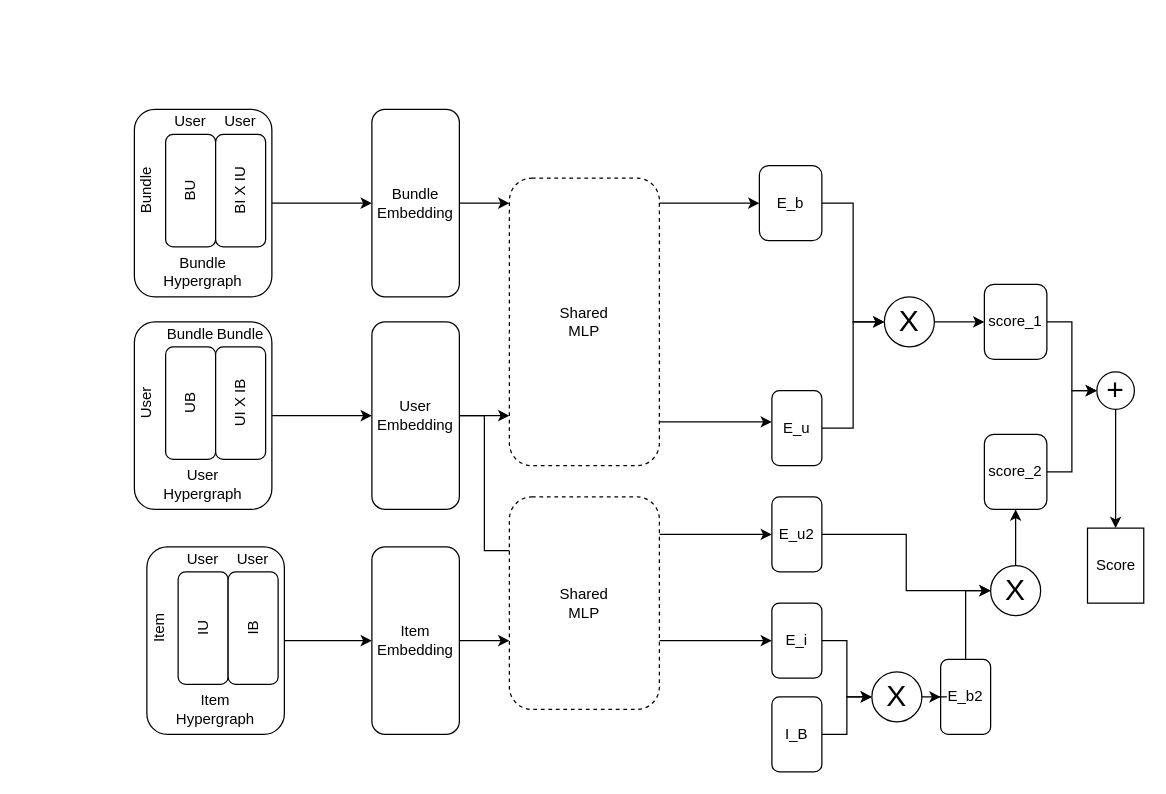
Earlier version of the draw.io diagram Untitled Diagram.drawio (storyandwine/picture). Source tidied: cells renumbered, new cells numbered last; positions are measured from the earlier drawing's top-left corner, leaving out a move shared by most shapes. Both pictures are drawn from the tidied source at 125%, with x=0, y=0 at pixel (121, 109).
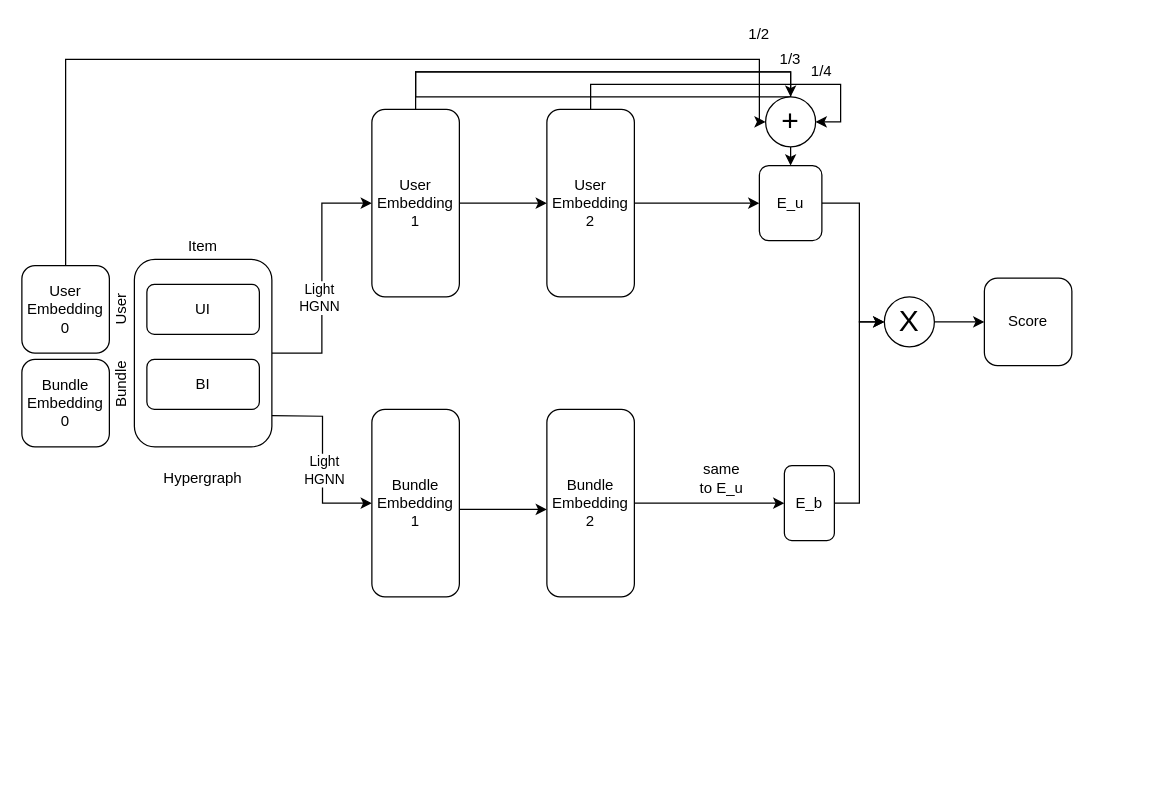
The same page after the edit.

Unchanged cells that the change refers to:
```xml
<mxCell id="2" style="edgeStyle=orthogonalEdgeStyle;rounded=0;jettySize=auto;html=1;" parent="1" edge="1" source="3" target="30">
  <mxGeometry relative="1" as="geometry" />
</mxCell>
<mxCell id="48" value="&lt;font style=&quot;font-size: 24px&quot;&gt;X&lt;/font&gt;" style="ellipse;whiteSpace=wrap;html=1;rounded=1;" parent="1" vertex="1">
  <mxGeometry x="610" y="150" width="40" height="40" as="geometry" />
</mxCell>
```

Diff of the diagram source:
```diff
@@
+    <mxCell id="64" value="Light&lt;br&gt;HGNN" style="edgeLabel;html=1;align=center;verticalAlign=middle;" parent="2" vertex="1">
+      <mxGeometry x="-0.14" y="3" relative="1" as="geometry">
+        <mxPoint y="1" as="offset" />
+      </mxGeometry>
+    </mxCell>
     <mxCell id="3" style="rounded=1;whiteSpace=wrap;html=1;" parent="1" vertex="1">
-      <mxGeometry x="10" width="110" height="150" as="geometry" />
+      <mxGeometry x="10" y="120" width="110" height="150" as="geometry" />
     </mxCell>
-    <mxCell id="4" style="edgeStyle=orthogonalEdgeStyle;rounded=0;jettySize=auto;html=1;" parent="1" edge="1" source="5" target="28">
-      <mxGeometry relative="1" as="geometry" />
+    <mxCell id="4" style="edgeStyle=orthogonalEdgeStyle;rounded=0;jettySize=auto;html=1;" parent="1" edge="1" target="28">
+      <mxGeometry relative="1" as="geometry">
+        <mxPoint x="120" y="245" as="sourcePoint" />
+      </mxGeometry>
     </mxCell>
-    <mxCell id="5" style="rounded=1;whiteSpace=wrap;html=1;" parent="1" vertex="1">
-      <mxGeometry x="10" y="170" width="110" height="150" as="geometry" />
-    </mxCell>
-    <mxCell id="6" value="UB" style="rounded=1;whiteSpace=wrap;html=1;rotation=-90;" parent="1" vertex="1">
-      <mxGeometry x="10" y="215" width="90" height="40" as="geometry" />
-    </mxCell>
-    <mxCell id="7" value="User" style="text;html=1;strokeColor=none;fillColor=none;align=center;verticalAlign=middle;whiteSpace=wrap;rounded=0;rotation=-90;" parent="1" vertex="1">
-      <mxGeometry y="225" width="40" height="20" as="geometry" />
-    </mxCell>
-    <mxCell id="8" value="Bundle" style="text;html=1;strokeColor=none;fillColor=none;align=center;verticalAlign=middle;whiteSpace=wrap;rounded=0;" parent="1" vertex="1">
-      <mxGeometry x="35" y="170" width="40" height="20" as="geometry" />
-    </mxCell>
-    <mxCell id="9" value="UI X IB" style="rounded=1;whiteSpace=wrap;html=1;rotation=-90;" parent="1" vertex="1">
-      <mxGeometry x="50" y="215" width="90" height="40" as="geometry" />
-    </mxCell>
-    <mxCell id="10" value="Bundle" style="text;html=1;strokeColor=none;fillColor=none;align=center;verticalAlign=middle;whiteSpace=wrap;rounded=0;" parent="1" vertex="1">
-      <mxGeometry x="75" y="170" width="40" height="20" as="geometry" />
-    </mxCell>
+    <mxCell id="65" value="Light&lt;br&gt;HGNN" style="edgeLabel;html=1;align=center;verticalAlign=middle;" parent="4" vertex="1">
+      <mxGeometry x="0.13" y="1" relative="1" as="geometry" />
+    </mxCell>
-    <mxCell id="11" value="BU" style="rounded=1;whiteSpace=wrap;html=1;rotation=-90;" parent="1" vertex="1">
-      <mxGeometry x="10" y="45" width="90" height="40" as="geometry" />
+    <mxCell id="11" value="UI" style="rounded=1;whiteSpace=wrap;html=1;rotation=0;" parent="1" vertex="1">
+      <mxGeometry x="20" y="140" width="90" height="40" as="geometry" />
     </mxCell>
     <mxCell id="12" value="Bundle" style="text;html=1;strokeColor=none;fillColor=none;align=center;verticalAlign=middle;whiteSpace=wrap;rounded=0;rotation=-90;" parent="1" vertex="1">
-      <mxGeometry y="55" width="40" height="20" as="geometry" />
+      <mxGeometry x="-20" y="210" width="40" height="20" as="geometry" />
     </mxCell>
-    <mxCell id="13" value="User" style="text;html=1;strokeColor=none;fillColor=none;align=center;verticalAlign=middle;whiteSpace=wrap;rounded=0;" parent="1" vertex="1">
-      <mxGeometry x="35" width="40" height="20" as="geometry" />
+    <mxCell id="13" value="Item" style="text;html=1;strokeColor=none;fillColor=none;align=center;verticalAlign=middle;whiteSpace=wrap;rounded=0;" parent="1" vertex="1">
+      <mxGeometry x="45" y="100" width="40" height="20" as="geometry" />
     </mxCell>
-    <mxCell id="14" value="BI X IU" style="rounded=1;whiteSpace=wrap;html=1;rotation=-90;" parent="1" vertex="1">
-      <mxGeometry x="50" y="45" width="90" height="40" as="geometry" />
+    <mxCell id="14" value="BI" style="rounded=1;whiteSpace=wrap;html=1;rotation=0;" parent="1" vertex="1">
+      <mxGeometry x="20" y="200" width="90" height="40" as="geometry" />
     </mxCell>
-    <mxCell id="15" value="User" style="text;html=1;strokeColor=none;fillColor=none;align=center;verticalAlign=middle;whiteSpace=wrap;rounded=0;" parent="1" vertex="1">
-      <mxGeometry x="75" width="40" height="20" as="geometry" />
-    </mxCell>
-    <mxCell id="16" value="User Hypergraph" style="text;html=1;strokeColor=none;fillColor=none;align=center;verticalAlign=middle;whiteSpace=wrap;rounded=0;" parent="1" vertex="1">
-      <mxGeometry x="45" y="290" width="40" height="20" as="geometry" />
-    </mxCell>
-    <mxCell id="17" value="Bundle Hypergraph" style="text;html=1;strokeColor=none;fillColor=none;align=center;verticalAlign=middle;whiteSpace=wrap;rounded=0;" parent="1" vertex="1">
-      <mxGeometry x="45" y="120" width="40" height="20" as="geometry" />
+    <mxCell id="17" value="Hypergraph" style="text;html=1;strokeColor=none;fillColor=none;align=center;verticalAlign=middle;whiteSpace=wrap;rounded=0;" parent="1" vertex="1">
+      <mxGeometry x="45" y="285" width="40" height="20" as="geometry" />
     </mxCell>
-    <mxCell id="18" style="edgeStyle=orthogonalEdgeStyle;rounded=0;jettySize=auto;html=1;" parent="1" edge="1" source="19" target="32">
-      <mxGeometry relative="1" as="geometry" />
-    </mxCell>
-    <mxCell id="19" style="rounded=1;whiteSpace=wrap;html=1;" parent="1" vertex="1">
-      <mxGeometry x="20" y="350" width="110" height="150" as="geometry" />
-    </mxCell>
-    <mxCell id="20" value="IU" style="rounded=1;whiteSpace=wrap;html=1;rotation=-90;" parent="1" vertex="1">
-      <mxGeometry x="20" y="395" width="90" height="40" as="geometry" />
-    </mxCell>
-    <mxCell id="21" value="Item" style="text;html=1;strokeColor=none;fillColor=none;align=center;verticalAlign=middle;whiteSpace=wrap;rounded=0;rotation=-90;" parent="1" vertex="1">
-      <mxGeometry x="10" y="405" width="40" height="20" as="geometry" />
-    </mxCell>
-    <mxCell id="22" value="User" style="text;html=1;strokeColor=none;fillColor=none;align=center;verticalAlign=middle;whiteSpace=wrap;rounded=0;" parent="1" vertex="1">
-      <mxGeometry x="45" y="350" width="40" height="20" as="geometry" />
-    </mxCell>
-    <mxCell id="23" value="IB" style="rounded=1;whiteSpace=wrap;html=1;rotation=-90;" parent="1" vertex="1">
-      <mxGeometry x="60" y="395" width="90" height="40" as="geometry" />
-    </mxCell>
-    <mxCell id="24" value="User" style="text;html=1;strokeColor=none;fillColor=none;align=center;verticalAlign=middle;whiteSpace=wrap;rounded=0;" parent="1" vertex="1">
-      <mxGeometry x="85" y="350" width="40" height="20" as="geometry" />
-    </mxCell>
-    <mxCell id="25" value="Item&lt;br&gt;Hypergraph" style="text;html=1;strokeColor=none;fillColor=none;align=center;verticalAlign=middle;whiteSpace=wrap;rounded=0;" parent="1" vertex="1">
-      <mxGeometry x="55" y="470" width="40" height="20" as="geometry" />
-    </mxCell>
-    <mxCell id="26" style="edgeStyle=orthogonalEdgeStyle;rounded=0;jettySize=auto;html=1;" parent="1" edge="1" source="28" target="35">
+    <mxCell id="26" style="edgeStyle=orthogonalEdgeStyle;rounded=0;jettySize=auto;html=1;" parent="1" edge="1" source="28">
       <mxGeometry relative="1" as="geometry">
+        <mxPoint x="340" y="320" as="targetPoint" />
         <Array as="points">
-          <mxPoint x="300" y="245" />
-          <mxPoint x="300" y="245" />
+          <mxPoint x="310" y="320" />
         </Array>
       </mxGeometry>
     </mxCell>
-    <mxCell id="27" style="edgeStyle=orthogonalEdgeStyle;rounded=0;jettySize=auto;html=1;entryX=0;entryY=0.25;entryDx=0;entryDy=0;" parent="1" edge="1" source="28" target="42">
-      <mxGeometry relative="1" as="geometry">
-        <Array as="points">
-          <mxPoint x="290" y="245" />
-          <mxPoint x="290" y="353" />
-          <mxPoint x="340" y="353" />
-        </Array>
-      </mxGeometry>
-    </mxCell>
-    <mxCell id="28" value="User&lt;br&gt;Embedding" style="rounded=1;whiteSpace=wrap;html=1;" parent="1" vertex="1">
-      <mxGeometry x="200" y="170" width="70" height="150" as="geometry" />
+    <mxCell id="28" value="Bundle&lt;br&gt;Embedding&lt;br&gt;1" style="rounded=1;whiteSpace=wrap;html=1;" parent="1" vertex="1">
+      <mxGeometry x="200" y="240" width="70" height="150" as="geometry" />
     </mxCell>
-    <mxCell id="29" style="edgeStyle=orthogonalEdgeStyle;rounded=0;jettySize=auto;html=1;" parent="1" edge="1" source="30" target="35">
+    <mxCell id="29" style="edgeStyle=orthogonalEdgeStyle;rounded=0;jettySize=auto;html=1;" parent="1" edge="1" source="30">
       <mxGeometry relative="1" as="geometry">
+        <mxPoint x="340" y="75" as="targetPoint" />
         <Array as="points">
           <mxPoint x="310" y="75" />
           <mxPoint x="310" y="75" />
         </Array>
       </mxGeometry>
     </mxCell>
+    <mxCell id="66" style="edgeStyle=orthogonalEdgeStyle;rounded=0;jettySize=auto;html=1;exitX=0.5;exitY=0;exitDx=0;exitDy=0;entryX=0.5;entryY=0;entryDx=0;entryDy=0;" parent="1" edge="1" source="62" target="37">
+      <mxGeometry relative="1" as="geometry">
+        <Array as="points">
+          <mxPoint x="235" y="-30" />
+          <mxPoint x="535" y="-30" />
+        </Array>
+      </mxGeometry>
+    </mxCell>
-    <mxCell id="30" value="Bundle&lt;br&gt;Embedding" style="rounded=1;whiteSpace=wrap;html=1;" parent="1" vertex="1">
+    <mxCell id="30" value="&lt;span&gt;User&lt;/span&gt;&lt;br&gt;&lt;span&gt;Embedding&lt;br&gt;1&lt;br&gt;&lt;/span&gt;" style="rounded=1;whiteSpace=wrap;html=1;" parent="1" vertex="1">
       <mxGeometry x="200" width="70" height="150" as="geometry" />
     </mxCell>
-    <mxCell id="31" style="edgeStyle=orthogonalEdgeStyle;rounded=0;jettySize=auto;html=1;" parent="1" edge="1" source="32" target="42">
-      <mxGeometry relative="1" as="geometry">
-        <Array as="points">
-          <mxPoint x="300" y="425" />
-          <mxPoint x="300" y="425" />
-        </Array>
-      </mxGeometry>
-    </mxCell>
-    <mxCell id="32" value="Item&lt;br&gt;Embedding" style="rounded=1;whiteSpace=wrap;html=1;" parent="1" vertex="1">
-      <mxGeometry x="200" y="350" width="70" height="150" as="geometry" />
-    </mxCell>
-    <mxCell id="33" style="edgeStyle=orthogonalEdgeStyle;rounded=0;jettySize=auto;html=1;" parent="1" edge="1" source="35" target="37">
-      <mxGeometry relative="1" as="geometry">
-        <Array as="points">
-          <mxPoint x="460" y="75" />
-          <mxPoint x="460" y="75" />
-        </Array>
-      </mxGeometry>
-    </mxCell>
-    <mxCell id="34" style="edgeStyle=orthogonalEdgeStyle;rounded=0;jettySize=auto;html=1;" parent="1" edge="1" source="35" target="39">
-      <mxGeometry relative="1" as="geometry">
-        <Array as="points">
-          <mxPoint x="470" y="250" />
-          <mxPoint x="470" y="250" />
-        </Array>
-      </mxGeometry>
-    </mxCell>
-    <mxCell id="35" value="Shared&lt;br&gt;MLP" style="rounded=1;whiteSpace=wrap;html=1;dashed=1;" parent="1" vertex="1">
-      <mxGeometry x="310" y="55" width="120" height="230" as="geometry" />
-    </mxCell>
     <mxCell id="36" style="edgeStyle=orthogonalEdgeStyle;rounded=0;jettySize=auto;html=1;entryX=0;entryY=0.5;entryDx=0;entryDy=0;" parent="1" edge="1" source="37" target="48">
-      <mxGeometry relative="1" as="geometry" />
+      <mxGeometry relative="1" as="geometry">
+        <Array as="points">
+          <mxPoint x="590" y="75" />
+          <mxPoint x="590" y="170" />
+        </Array>
+      </mxGeometry>
     </mxCell>
-    <mxCell id="37" value="E_b" style="whiteSpace=wrap;html=1;rounded=1;" parent="1" vertex="1">
+    <mxCell id="37" value="E_u" style="whiteSpace=wrap;html=1;rounded=1;" parent="1" vertex="1">
       <mxGeometry x="510" y="45" width="50" height="60" as="geometry" />
     </mxCell>
     <mxCell id="38" style="edgeStyle=orthogonalEdgeStyle;rounded=0;jettySize=auto;html=1;exitX=1;exitY=0.5;exitDx=0;exitDy=0;entryX=0;entryY=0.5;entryDx=0;entryDy=0;" parent="1" edge="1" source="39" target="48">
-      <mxGeometry relative="1" as="geometry" />
+      <mxGeometry relative="1" as="geometry">
+        <Array as="points">
+          <mxPoint x="590" y="315" />
+          <mxPoint x="590" y="170" />
+        </Array>
+      </mxGeometry>
     </mxCell>
-    <mxCell id="39" value="E_u" style="whiteSpace=wrap;html=1;rounded=1;" parent="1" vertex="1">
-      <mxGeometry x="520" y="225" width="40" height="60" as="geometry" />
+    <mxCell id="39" value="E_b" style="whiteSpace=wrap;html=1;rounded=1;" parent="1" vertex="1">
+      <mxGeometry x="530" y="285" width="40" height="60" as="geometry" />
     </mxCell>
-    <mxCell id="40" style="edgeStyle=orthogonalEdgeStyle;rounded=0;jettySize=auto;html=1;" parent="1" edge="1" source="42" target="44">
-      <mxGeometry relative="1" as="geometry">
-        <Array as="points">
-          <mxPoint x="470" y="425" />
-          <mxPoint x="470" y="425" />
-        </Array>
-      </mxGeometry>
-    </mxCell>
-    <mxCell id="41" style="edgeStyle=orthogonalEdgeStyle;rounded=0;jettySize=auto;html=1;" parent="1" edge="1" source="42">
-      <mxGeometry relative="1" as="geometry">
-        <mxPoint x="520" y="340" as="targetPoint" />
-        <Array as="points">
-          <mxPoint x="460" y="340" />
-          <mxPoint x="460" y="340" />
-        </Array>
-      </mxGeometry>
-    </mxCell>
-    <mxCell id="42" value="Shared&lt;br&gt;MLP" style="rounded=1;whiteSpace=wrap;html=1;dashed=1;" parent="1" vertex="1">
-      <mxGeometry x="310" y="310" width="120" height="170" as="geometry" />
-    </mxCell>
-    <mxCell id="43" style="edgeStyle=orthogonalEdgeStyle;rounded=0;jettySize=auto;html=1;entryX=0;entryY=0.5;entryDx=0;entryDy=0;" parent="1" edge="1" source="44" target="56">
-      <mxGeometry relative="1" as="geometry" />
-    </mxCell>
-    <mxCell id="44" value="E_i" style="whiteSpace=wrap;html=1;rounded=1;" parent="1" vertex="1">
-      <mxGeometry x="520" y="395" width="40" height="60" as="geometry" />
-    </mxCell>
-    <mxCell id="45" style="edgeStyle=orthogonalEdgeStyle;rounded=0;jettySize=auto;html=1;exitX=1;exitY=0.5;exitDx=0;exitDy=0;entryX=0;entryY=0.5;entryDx=0;entryDy=0;" parent="1" edge="1" source="46" target="58">
-      <mxGeometry relative="1" as="geometry" />
-    </mxCell>
-    <mxCell id="46" value="E_u2" style="whiteSpace=wrap;html=1;rounded=1;" parent="1" vertex="1">
-      <mxGeometry x="520" y="310" width="40" height="60" as="geometry" />
-    </mxCell>
@@
-    <mxCell id="49" style="edgeStyle=orthogonalEdgeStyle;rounded=0;jettySize=auto;html=1;exitX=1;exitY=0.5;exitDx=0;exitDy=0;entryX=0;entryY=0.5;entryDx=0;entryDy=0;" parent="1" edge="1" source="50" target="62">
-      <mxGeometry relative="1" as="geometry" />
-    </mxCell>
-    <mxCell id="50" value="score_1" style="rounded=1;whiteSpace=wrap;html=1;" parent="1" vertex="1">
-      <mxGeometry x="690" y="140" width="50" height="60" as="geometry" />
-    </mxCell>
-    <mxCell id="51" style="edgeStyle=orthogonalEdgeStyle;rounded=0;jettySize=auto;html=1;exitX=0.5;exitY=0;exitDx=0;exitDy=0;entryX=0;entryY=0.5;entryDx=0;entryDy=0;" parent="1" edge="1" source="52" target="58">
-      <mxGeometry relative="1" as="geometry" />
-    </mxCell>
-    <mxCell id="52" value="E_b2" style="whiteSpace=wrap;html=1;rounded=1;" parent="1" vertex="1">
-      <mxGeometry x="655" y="440" width="40" height="60" as="geometry" />
-    </mxCell>
-    <mxCell id="53" style="edgeStyle=orthogonalEdgeStyle;rounded=0;jettySize=auto;html=1;" parent="1" edge="1" source="54" target="56">
-      <mxGeometry relative="1" as="geometry" />
-    </mxCell>
-    <mxCell id="54" value="I_B" style="whiteSpace=wrap;html=1;rounded=1;" parent="1" vertex="1">
-      <mxGeometry x="520" y="470" width="40" height="60" as="geometry" />
-    </mxCell>
-    <mxCell id="55" style="edgeStyle=orthogonalEdgeStyle;rounded=0;jettySize=auto;html=1;" parent="1" edge="1" source="56" target="52">
-      <mxGeometry relative="1" as="geometry" />
-    </mxCell>
-    <mxCell id="56" value="&lt;font style=&quot;font-size: 24px&quot;&gt;X&lt;/font&gt;" style="ellipse;whiteSpace=wrap;html=1;rounded=1;" parent="1" vertex="1">
-      <mxGeometry x="600" y="450" width="40" height="40" as="geometry" />
-    </mxCell>
-    <mxCell id="57" style="edgeStyle=orthogonalEdgeStyle;rounded=0;jettySize=auto;html=1;exitX=0.5;exitY=0;exitDx=0;exitDy=0;" parent="1" edge="1" source="58" target="60">
-      <mxGeometry relative="1" as="geometry" />
-    </mxCell>
-    <mxCell id="58" value="&lt;font style=&quot;font-size: 24px&quot;&gt;X&lt;/font&gt;" style="ellipse;whiteSpace=wrap;html=1;rounded=1;" parent="1" vertex="1">
-      <mxGeometry x="695" y="365" width="40" height="40" as="geometry" />
-    </mxCell>
-    <mxCell id="59" style="edgeStyle=orthogonalEdgeStyle;rounded=0;jettySize=auto;html=1;exitX=1;exitY=0.5;exitDx=0;exitDy=0;entryX=0;entryY=0.5;entryDx=0;entryDy=0;" parent="1" edge="1" source="60" target="62">
-      <mxGeometry relative="1" as="geometry" />
-    </mxCell>
-    <mxCell id="60" value="score_2" style="whiteSpace=wrap;html=1;rounded=1;" parent="1" vertex="1">
-      <mxGeometry x="690" y="260" width="50" height="60" as="geometry" />
-    </mxCell>
-    <mxCell id="61" style="edgeStyle=orthogonalEdgeStyle;rounded=0;jettySize=auto;html=1;" parent="1" edge="1" source="62" target="63">
-      <mxGeometry relative="1" as="geometry" />
-    </mxCell>
+    <mxCell id="7" value="User" style="text;html=1;strokeColor=none;fillColor=none;align=center;verticalAlign=middle;whiteSpace=wrap;rounded=0;rotation=-90;" parent="1" vertex="1">
+      <mxGeometry x="-20" y="150" width="40" height="20" as="geometry" />
+    </mxCell>
+    <mxCell id="67" style="edgeStyle=orthogonalEdgeStyle;rounded=0;jettySize=auto;html=1;entryX=0;entryY=0.5;entryDx=0;entryDy=0;" parent="1" edge="1" source="69" target="37">
+      <mxGeometry relative="1" as="geometry" />
+    </mxCell>
+    <mxCell id="68" style="edgeStyle=orthogonalEdgeStyle;rounded=0;jettySize=auto;html=1;exitX=0.5;exitY=0;exitDx=0;exitDy=0;entryX=1;entryY=0.5;entryDx=0;entryDy=0;" parent="1" edge="1" source="69" target="62">
+      <mxGeometry relative="1" as="geometry">
+        <Array as="points">
+          <mxPoint x="375" y="-20" />
+          <mxPoint x="575" y="-20" />
+          <mxPoint x="575" y="10" />
+        </Array>
+      </mxGeometry>
+    </mxCell>
+    <mxCell id="69" value="&lt;span&gt;User&lt;/span&gt;&lt;br&gt;&lt;span&gt;Embedding&lt;br&gt;2&lt;br&gt;&lt;/span&gt;" style="rounded=1;whiteSpace=wrap;html=1;" parent="1" vertex="1">
+      <mxGeometry x="340" width="70" height="150" as="geometry" />
+    </mxCell>
+    <mxCell id="70" style="edgeStyle=orthogonalEdgeStyle;rounded=0;jettySize=auto;html=1;entryX=0;entryY=0.5;entryDx=0;entryDy=0;" parent="1" edge="1" source="71" target="39">
+      <mxGeometry relative="1" as="geometry">
+        <Array as="points">
+          <mxPoint x="480" y="315" />
+          <mxPoint x="480" y="315" />
+        </Array>
+      </mxGeometry>
+    </mxCell>
+    <mxCell id="71" value="Bundle&lt;br&gt;Embedding&lt;br&gt;2" style="rounded=1;whiteSpace=wrap;html=1;" parent="1" vertex="1">
+      <mxGeometry x="340" y="240" width="70" height="150" as="geometry" />
+    </mxCell>
+    <mxCell id="72" style="edgeStyle=orthogonalEdgeStyle;rounded=0;jettySize=auto;html=1;exitX=0.5;exitY=0;exitDx=0;exitDy=0;entryX=0;entryY=0.5;entryDx=0;entryDy=0;" parent="1" edge="1" source="73" target="62">
+      <mxGeometry relative="1" as="geometry">
+        <Array as="points">
+          <mxPoint x="-45" y="-40" />
+          <mxPoint x="510" y="-40" />
+          <mxPoint x="510" y="10" />
+        </Array>
+      </mxGeometry>
+    </mxCell>
+    <mxCell id="73" value="&lt;span&gt;User&lt;/span&gt;&lt;br&gt;&lt;span&gt;Embedding&lt;br&gt;0&lt;br&gt;&lt;/span&gt;" style="rounded=1;whiteSpace=wrap;html=1;" parent="1" vertex="1">
+      <mxGeometry x="-80" y="125" width="70" height="70" as="geometry" />
+    </mxCell>
+    <mxCell id="74" value="Bundle&lt;br&gt;&lt;span&gt;Embedding&lt;br&gt;0&lt;br&gt;&lt;/span&gt;" style="rounded=1;whiteSpace=wrap;html=1;" parent="1" vertex="1">
+      <mxGeometry x="-80" y="200" width="70" height="70" as="geometry" />
+    </mxCell>
+    <mxCell id="75" value="1/2" style="text;html=1;strokeColor=none;fillColor=none;align=center;verticalAlign=middle;whiteSpace=wrap;rounded=0;" parent="1" vertex="1">
+      <mxGeometry x="490" y="-70" width="40" height="20" as="geometry" />
+    </mxCell>
+    <mxCell id="76" value="1/3" style="text;html=1;strokeColor=none;fillColor=none;align=center;verticalAlign=middle;whiteSpace=wrap;rounded=0;" parent="1" vertex="1">
+      <mxGeometry x="515" y="-50" width="40" height="20" as="geometry" />
+    </mxCell>
+    <mxCell id="77" value="1/4" style="text;html=1;strokeColor=none;fillColor=none;align=center;verticalAlign=middle;whiteSpace=wrap;rounded=0;" parent="1" vertex="1">
+      <mxGeometry x="540" y="-40" width="40" height="20" as="geometry" />
+    </mxCell>
-    <mxCell id="62" value="&lt;font style=&quot;font-size: 24px&quot;&gt;+&lt;/font&gt;" style="ellipse;whiteSpace=wrap;html=1;" parent="1" vertex="1">
-      <mxGeometry x="780" y="210" width="30" height="30" as="geometry" />
+    <mxCell id="62" value="&lt;font style=&quot;font-size: 24px&quot;&gt;+&lt;/font&gt;" style="ellipse;whiteSpace=wrap;html=1;rounded=1;" parent="1" vertex="1">
+      <mxGeometry x="515" y="-10" width="40" height="40" as="geometry" />
     </mxCell>
+    <mxCell id="78" style="edgeStyle=orthogonalEdgeStyle;rounded=0;jettySize=auto;html=1;exitX=0.5;exitY=0;exitDx=0;exitDy=0;entryX=0.5;entryY=0;entryDx=0;entryDy=0;" parent="1" edge="1" source="30" target="62">
+      <mxGeometry relative="1" as="geometry" />
+    </mxCell>
+    <mxCell id="79" value="same to E_u" style="text;html=1;strokeColor=none;fillColor=none;align=center;verticalAlign=middle;whiteSpace=wrap;rounded=0;" parent="1" vertex="1">
+      <mxGeometry x="460" y="285" width="40" height="20" as="geometry" />
+    </mxCell>
-    <mxCell id="63" value="Score" style="whiteSpace=wrap;html=1;" parent="1" vertex="1">
-      <mxGeometry x="772.5" y="335" width="45" height="60" as="geometry" />
+    <mxCell id="63" value="&lt;span&gt;Score&lt;br&gt;&lt;/span&gt;" style="rounded=1;whiteSpace=wrap;html=1;" parent="1" vertex="1">
+      <mxGeometry x="690" y="135" width="70" height="70" as="geometry" />
     </mxCell>
```
